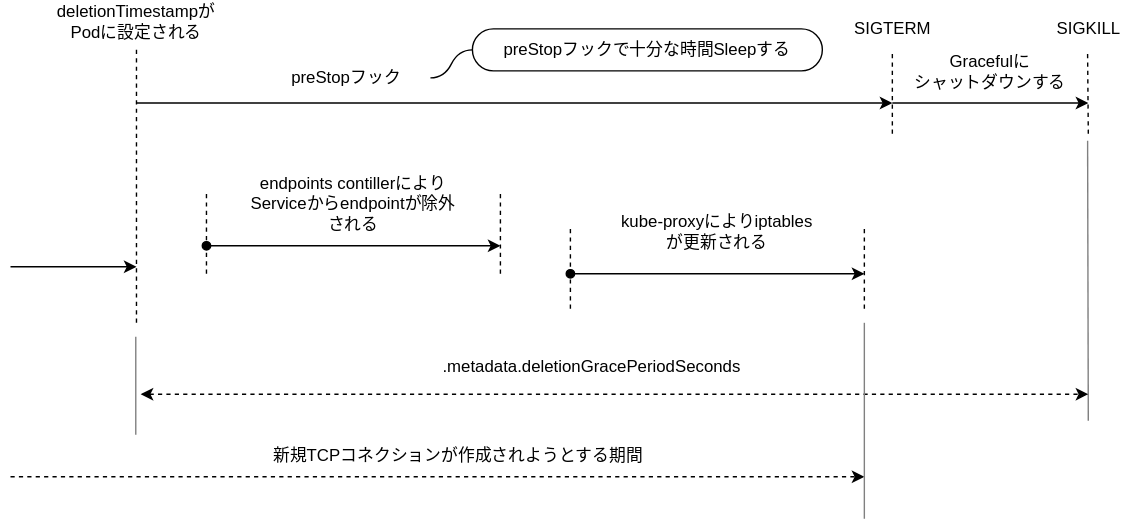
hhiroshell/alpaca-notes keeps this draw.io diagram as articles/images/kubernetes-graceful-shutdown-08.dio.svg. Above is the earlier version. Source tidied: cells renumbered, new cells last; positions are measured from the earlier drawing's top-left corner, leaving out a move shared by most shapes.
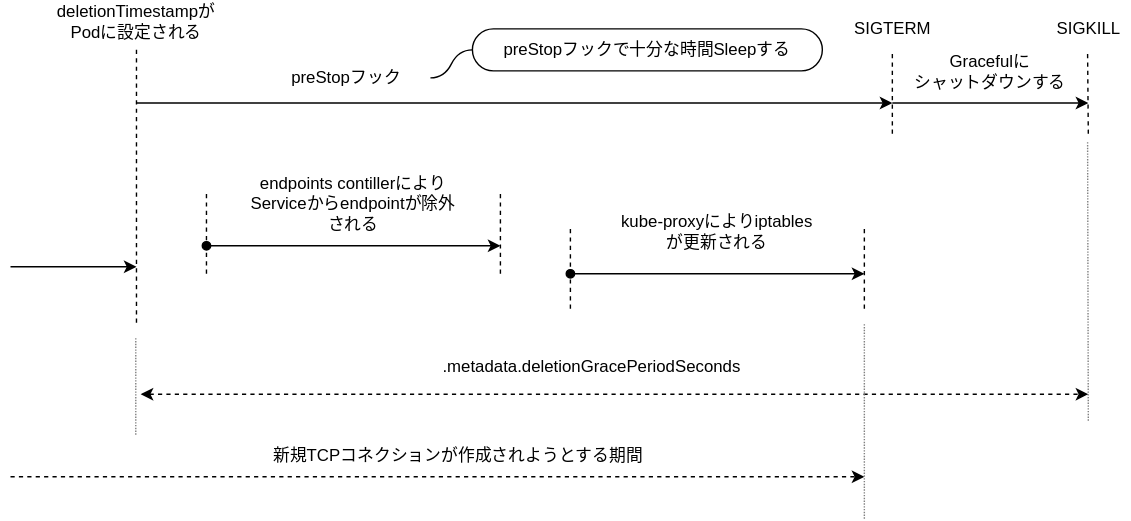
The same diagram one commit later.

Change to the diagram source:
```diff
@@ -2,7 +2,7 @@
   <root>
     <mxCell id="0" />
     <mxCell id="1" parent="0" />
-    <mxCell id="2" style="endArrow=none;html=1;fillColor=#bac8d3;strokeColor=#808080;" parent="1" edge="1">
+    <mxCell id="2" style="endArrow=none;html=1;fillColor=#bac8d3;strokeColor=#808080;dashed=1;dashPattern=1 1;" parent="1" edge="1">
       <mxGeometry relative="1" as="geometry">
         <mxPoint x="770" y="300" as="sourcePoint" />
         <mxPoint x="769.5" y="100" as="targetPoint" />
@@ -116,13 +116,13 @@
     <mxCell id="24" value=".metadata.deletionGracePeriodSeconds" style="text;html=1;align=center;verticalAlign=middle;" parent="1" vertex="1">
       <mxGeometry x="300" y="252" width="230" height="20" as="geometry" />
     </mxCell>
-    <mxCell id="25" style="endArrow=none;html=1;fillColor=#bac8d3;strokeColor=#808080;" parent="1" edge="1">
+    <mxCell id="25" style="endArrow=none;html=1;fillColor=#bac8d3;strokeColor=#808080;dashed=1;dashPattern=1 1;" parent="1" edge="1">
       <mxGeometry relative="1" as="geometry">
         <mxPoint x="89.5" y="310" as="sourcePoint" />
         <mxPoint x="89.5" y="240" as="targetPoint" />
       </mxGeometry>
     </mxCell>
-    <mxCell id="26" style="endArrow=none;html=1;fillColor=#bac8d3;strokeColor=#808080;" parent="1" edge="1">
+    <mxCell id="26" style="endArrow=none;html=1;fillColor=#bac8d3;strokeColor=#808080;dashed=1;dashPattern=1 1;" parent="1" edge="1">
       <mxGeometry relative="1" as="geometry">
         <mxPoint x="610" y="370" as="sourcePoint" />
         <mxPoint x="610" y="230" as="targetPoint" />
```
